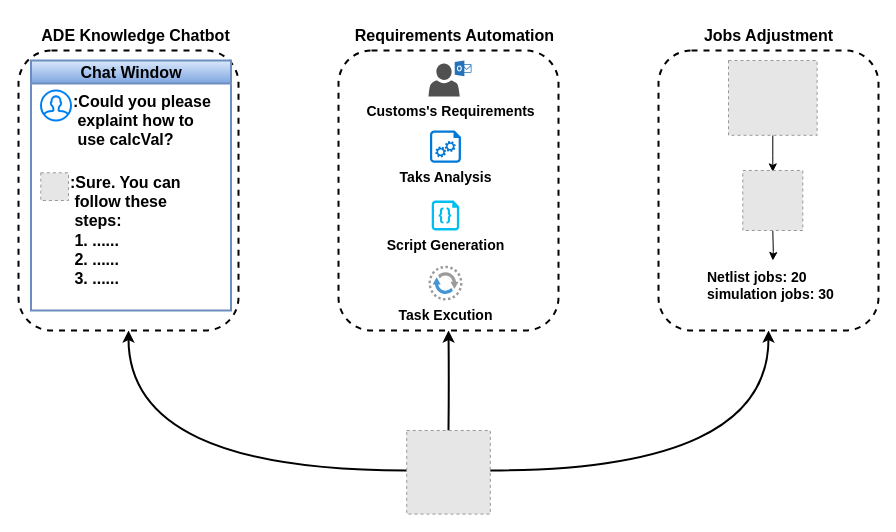
The draw.io diagram ADE_copilot/drawio/ADE_copilot/WhatCanADECopilotCanDo.drawio in xpc123/forSync, before the edit. Source tidied: cells renumbered, new cells numbered last; positions are measured from the earlier drawing's top-left corner, leaving out a move shared by most shapes. Both pictures are drawn from the tidied source at 100%, with x=0, y=0 at pixel (18, 20). Pictures stored in the file or linked from it are replaced by grey dashed boxes.
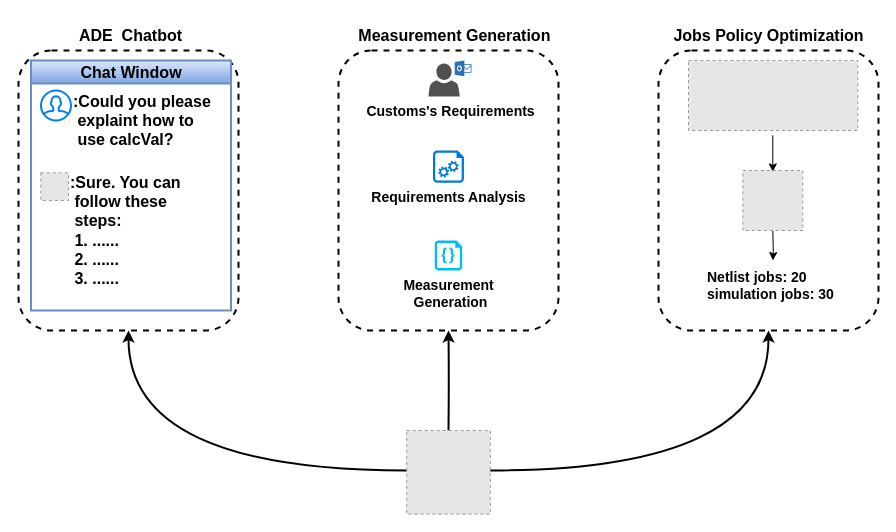
Above is the later version.

Diff of the diagram source:
```diff
@@
-    <mxCell id="8" value="&lt;span style=&quot;font-size: 16px;&quot;&gt;&lt;b&gt;ADE Knowledge Chatbot&lt;/b&gt;&lt;/span&gt;" style="text;html=1;align=center;verticalAlign=middle;whiteSpace=wrap;rounded=0;dashed=1;strokeWidth=2;" parent="1" vertex="1">
-      <mxGeometry x="15" width="205" height="30" as="geometry" />
+    <mxCell id="8" value="&lt;span style=&quot;font-size: 16px;&quot;&gt;&lt;b&gt;ADE&amp;nbsp; Chatbot&lt;/b&gt;&lt;/span&gt;" style="text;html=1;align=center;verticalAlign=middle;whiteSpace=wrap;rounded=0;dashed=1;strokeWidth=2;" parent="1" vertex="1">
+      <mxGeometry x="45" width="135" height="30" as="geometry" />
     </mxCell>
-    <mxCell id="9" value="&lt;b&gt;Jobs Adjustment&lt;/b&gt;" style="text;html=1;align=center;verticalAlign=middle;strokeColor=none;fillColor=none;fontSize=16;dashed=1;strokeWidth=2;" parent="1" vertex="1">
-      <mxGeometry x="675" width="150" height="30" as="geometry" />
+    <mxCell id="9" value="&lt;b&gt;Jobs Policy Optimization&lt;/b&gt;" style="text;html=1;align=center;verticalAlign=middle;strokeColor=none;fillColor=none;fontSize=16;dashed=1;strokeWidth=2;" parent="1" vertex="1">
+      <mxGeometry x="645" width="210" height="30" as="geometry" />
     </mxCell>
-    <mxCell id="10" value="&lt;pre style=&quot;font-size: 16px; unicode-bidi: isolate; line-height: 36px; border: none; padding: 2px 0.14em 2px 0px; position: relative; margin-top: -2px; margin-bottom: -2px; resize: none; font-family: inherit; overflow: hidden; width: 270px; overflow-wrap: break-word;&quot; dir=&quot;ltr&quot; aria-label=&quot;Translated text&quot; id=&quot;tw-target-text&quot; class=&quot;tw-data-text tw-text-large tw-ta&quot;&gt;&lt;b&gt;Requirements Automation&lt;/b&gt;&lt;/pre&gt;" style="text;html=1;strokeColor=none;fillColor=none;align=center;verticalAlign=middle;whiteSpace=wrap;rounded=0;dashed=1;strokeWidth=2;" parent="1" vertex="1">
+    <mxCell id="10" value="&lt;pre style=&quot;font-size: 16px; unicode-bidi: isolate; line-height: 36px; border: none; padding: 2px 0.14em 2px 0px; position: relative; margin-top: -2px; margin-bottom: -2px; resize: none; font-family: inherit; overflow: hidden; width: 270px; overflow-wrap: break-word;&quot; dir=&quot;ltr&quot; aria-label=&quot;Translated text&quot; id=&quot;tw-target-text&quot; class=&quot;tw-data-text tw-text-large tw-ta&quot;&gt;&lt;b&gt;Measurement Generation&lt;/b&gt;&lt;/pre&gt;" style="text;html=1;strokeColor=none;fillColor=none;align=center;verticalAlign=middle;whiteSpace=wrap;rounded=0;dashed=1;strokeWidth=2;" parent="1" vertex="1">
       <mxGeometry x="335" width="205" height="30" as="geometry" />
     </mxCell>
@@
-    <mxCell id="16" value="&lt;font style=&quot;font-size: 14px;&quot;&gt;&lt;b&gt;Script Generation&lt;/b&gt;&lt;/font&gt;" style="verticalLabelPosition=bottom;html=1;verticalAlign=top;align=center;strokeColor=none;fillColor=#00BEF2;shape=mxgraph.azure.code_file;" parent="1" vertex="1">
-      <mxGeometry x="413.2" y="180" width="27.5" height="30" as="geometry" />
+    <mxCell id="16" value="&lt;b style=&quot;font-size: 14px;&quot;&gt;Measurement&lt;br&gt;&amp;nbsp;Generation&lt;/b&gt;" style="verticalLabelPosition=bottom;html=1;verticalAlign=top;align=center;strokeColor=none;fillColor=#00BEF2;shape=mxgraph.azure.code_file;" parent="1" vertex="1">
+      <mxGeometry x="416.2" y="220" width="27.5" height="30" as="geometry" />
     </mxCell>
-    <mxCell id="17" value="&lt;font style=&quot;font-size: 14px;&quot;&gt;&lt;b&gt;Task Excution&lt;/b&gt;&lt;/font&gt;" style="shadow=0;dashed=0;html=1;strokeColor=#b85450;fillColor=#f8cecc;labelPosition=center;verticalLabelPosition=bottom;verticalAlign=top;align=center;shape=mxgraph.veeam.2d.data_mover;gradientColor=#ea6b66;" parent="1" vertex="1">
-      <mxGeometry x="410" y="245.2" width="34" height="34.8" as="geometry" />
-    </mxCell>
@@
-    <mxCell id="20" value="&lt;b&gt;Taks Analysis&lt;/b&gt;" style="sketch=0;shadow=0;dashed=0;html=1;strokeColor=none;labelPosition=center;verticalLabelPosition=bottom;verticalAlign=top;align=center;shape=mxgraph.azure.startup_task;fillColor=#0078D7;fontSize=14;" parent="1" vertex="1">
-      <mxGeometry x="411.5" y="110" width="31" height="32.3" as="geometry" />
+    <mxCell id="20" value="&lt;b&gt;Requirements Analysis&lt;/b&gt;" style="sketch=0;shadow=0;dashed=0;html=1;strokeColor=none;labelPosition=center;verticalLabelPosition=bottom;verticalAlign=top;align=center;shape=mxgraph.azure.startup_task;fillColor=#0078D7;fontSize=14;" parent="1" vertex="1">
+      <mxGeometry x="414.5" y="130" width="31" height="32.3" as="geometry" />
     </mxCell>
-    <mxCell id="21" style="edgeStyle=orthogonalEdgeStyle;rounded=0;jettySize=auto;html=1;fontSize=14;" parent="1" edge="1" source="22">
+    <mxCell id="21" style="edgeStyle=orthogonalEdgeStyle;rounded=0;orthogonalLoop=1;jettySize=auto;html=1;fontSize=14;" parent="1" edge="1">
       <mxGeometry relative="1" as="geometry">
+        <mxPoint x="754.3" y="114.8" as="sourcePoint" />
         <mxPoint x="754.3" y="151.4" as="targetPoint" />
       </mxGeometry>
     </mxCell>
-    <mxCell id="22" style="fillColor=#E6E6E6;strokeColor=#999999;dashed=1;verticalLabelPosition=bottom;labelBackgroundColor=default;verticalAlign=top;fontStyle=1;fontSize=14;" parent="1" vertex="1">
-      <mxGeometry x="710" y="40" width="88.6" height="74.8" as="geometry" />
-    </mxCell>
@@
+    <mxCell id="27" style="fillColor=#E6E6E6;strokeColor=#999999;dashed=1;verticalLabelPosition=bottom;labelBackgroundColor=default;verticalAlign=top;" parent="1" vertex="1">
+      <mxGeometry x="670" y="40" width="169.3" height="70" as="geometry" />
+    </mxCell>
```
